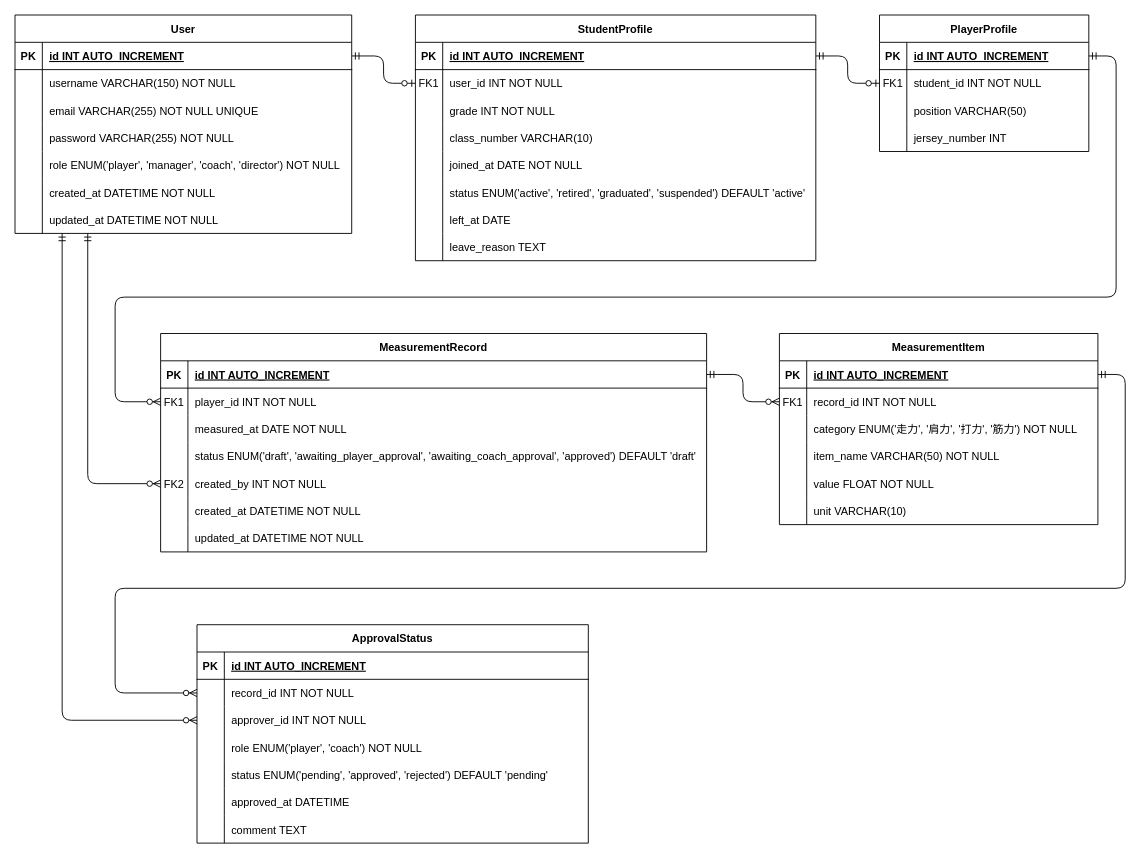
The draw.io diagram documents/ER図/他形式ファイル/ER図_ver.左肩にFK記載.drawio in masami-butchy/Club-talent-manager, before the edit. Source tidied: cells renumbered, new cells numbered last; positions are measured from the earlier drawing's top-left corner, leaving out a move shared by most shapes. Both pictures are drawn from the tidied source at 91%, with x=0, y=0 at pixel (15, 15).
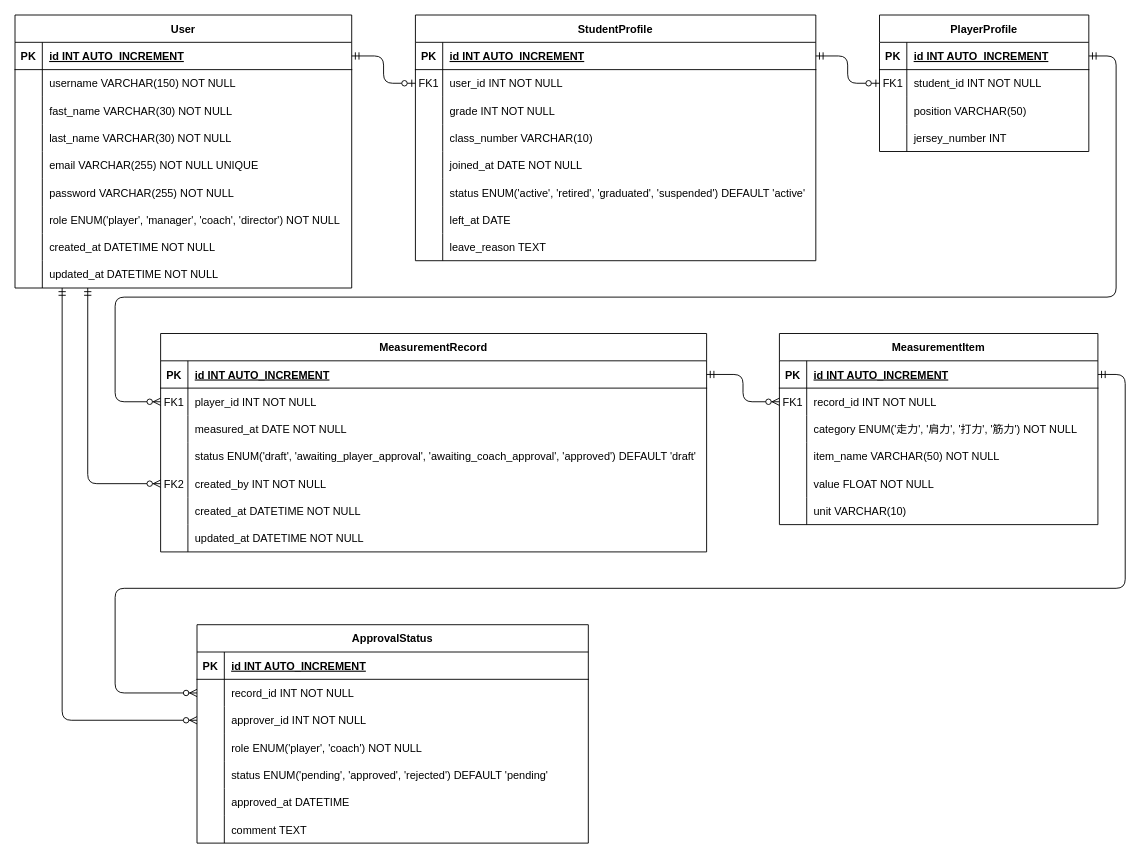
The same diagram, later.

Commit message (it also covers changes not shown here):
CustomUserModelの氏名追加に合わせてER図を変更

What changed in the source:
```diff
@@
-    <mxCell id="2" value="User" style="shape=table;startSize=30;childLayout=tableLayout;rowLines=0;fontStyle=1;align=center;" parent="1" vertex="1">
-      <mxGeometry width="370" height="240" as="geometry" />
+    <mxCell id="2" value="User" style="shape=table;startSize=30;childLayout=tableLayout;rowLines=0;fontStyle=1;align=center;arcSize=15;swimlaneLine=1;rounded=0;shadow=0;columnLines=1;resizeLastRow=0;fillOpacity=100;noLabel=0;absoluteArcSize=0;" parent="1" vertex="1">
+      <mxGeometry width="370" height="300" as="geometry" />
     </mxCell>
-    <mxCell id="3" style="shape=tableRow;horizontal=0;startSize=0;swimlaneHead=0;swimlaneBody=0;fillColor=none;points=[[0,0.5],[1,0.5]];portConstraint=eastwest;strokeColor=inherit;top=0;left=0;right=0;bottom=1;" parent="2" vertex="1">
+    <mxCell id="3" style="shape=tableRow;horizontal=0;startSize=0;swimlaneHead=0;swimlaneBody=0;fillColor=none;points=[[0,0.5],[1,0.5]];portConstraint=eastwest;strokeColor=inherit;top=0;left=0;right=0;bottom=1;swimlaneLine=1;" parent="2" vertex="1">
       <mxGeometry y="30" width="370" height="30" as="geometry" />
     </mxCell>
-    <mxCell id="4" value="PK" style="shape=partialRectangle;overflow=hidden;fillColor=none;strokeColor=inherit;top=0;left=0;bottom=0;right=0;fontStyle=1;" parent="3" vertex="1">
+    <mxCell id="4" value="PK" style="shape=partialRectangle;overflow=hidden;fillColor=none;strokeColor=inherit;top=0;left=0;bottom=0;right=0;fontStyle=1;swimlaneLine=1;" parent="3" vertex="1">
       <mxGeometry width="30" height="30" as="geometry" />
     </mxCell>
-    <mxCell id="5" value="id INT  AUTO_INCREMENT" style="shape=partialRectangle;overflow=hidden;fillColor=none;align=left;strokeColor=inherit;top=0;left=0;bottom=0;right=0;spacingLeft=6;fontStyle=5;" parent="3" vertex="1">
+    <mxCell id="5" value="id INT  AUTO_INCREMENT" style="shape=partialRectangle;overflow=hidden;fillColor=none;align=left;strokeColor=inherit;top=0;left=0;bottom=0;right=0;spacingLeft=6;fontStyle=5;swimlaneLine=1;" parent="3" vertex="1">
       <mxGeometry x="30" width="340" height="30" as="geometry" />
     </mxCell>
-    <mxCell id="6" style="shape=tableRow;horizontal=0;startSize=0;swimlaneHead=0;swimlaneBody=0;fillColor=none;strokeColor=inherit;top=0;left=0;right=0;bottom=0;" parent="2" vertex="1">
+    <mxCell id="6" style="shape=tableRow;horizontal=0;startSize=0;swimlaneHead=0;swimlaneBody=0;fillColor=none;strokeColor=inherit;top=0;left=0;right=0;bottom=0;swimlaneLine=1;" parent="2" vertex="1">
       <mxGeometry y="60" width="370" height="30" as="geometry" />
     </mxCell>
-    <mxCell id="7" style="shape=partialRectangle;overflow=hidden;fillColor=none;strokeColor=inherit;top=0;left=0;bottom=0;right=0;" parent="6" vertex="1">
+    <mxCell id="7" style="shape=partialRectangle;overflow=hidden;fillColor=none;strokeColor=inherit;top=0;left=0;bottom=0;right=0;swimlaneLine=1;" parent="6" vertex="1">
       <mxGeometry width="30" height="30" as="geometry" />
     </mxCell>
-    <mxCell id="8" value="username VARCHAR(150) NOT NULL" style="shape=partialRectangle;overflow=hidden;fillColor=none;align=left;strokeColor=inherit;top=0;left=0;bottom=0;right=0;spacingLeft=6;" parent="6" vertex="1">
+    <mxCell id="8" value="username VARCHAR(150) NOT NULL" style="shape=partialRectangle;overflow=hidden;fillColor=none;align=left;strokeColor=inherit;top=0;left=0;bottom=0;right=0;spacingLeft=6;swimlaneLine=1;" parent="6" vertex="1">
       <mxGeometry x="30" width="340" height="30" as="geometry" />
     </mxCell>
+    <mxCell id="132" style="shape=tableRow;horizontal=0;startSize=0;swimlaneHead=0;swimlaneBody=0;fillColor=none;strokeColor=inherit;top=0;left=0;right=0;bottom=0;swimlaneLine=1;" parent="2" vertex="1">
+      <mxGeometry y="90" width="370" height="30" as="geometry" />
+    </mxCell>
+    <mxCell id="133" style="shape=partialRectangle;overflow=hidden;fillColor=none;strokeColor=inherit;top=0;left=0;bottom=0;right=0;swimlaneLine=1;" parent="132" vertex="1">
+      <mxGeometry width="30" height="30" as="geometry" />
+    </mxCell>
+    <mxCell id="134" value="fast_name VARCHAR(30) NOT NULL" style="shape=partialRectangle;overflow=hidden;fillColor=none;align=left;top=0;left=0;bottom=0;right=0;spacingLeft=6;swimlaneLine=1;miterlimit=4;strokeColor=inherit;" parent="132" vertex="1">
+      <mxGeometry x="30" width="340" height="30" as="geometry" />
+    </mxCell>
+    <mxCell id="135" style="shape=tableRow;horizontal=0;startSize=0;swimlaneHead=0;swimlaneBody=0;fillColor=none;strokeColor=inherit;top=0;left=0;right=0;bottom=0;swimlaneLine=1;" parent="2" vertex="1">
+      <mxGeometry y="120" width="370" height="30" as="geometry" />
+    </mxCell>
+    <mxCell id="136" style="shape=partialRectangle;overflow=hidden;fillColor=none;strokeColor=inherit;top=0;left=0;bottom=0;right=0;swimlaneLine=1;" parent="135" vertex="1">
+      <mxGeometry width="30" height="30" as="geometry" />
+    </mxCell>
+    <mxCell id="137" value="last_name VARCHAR(30) NOT NULL" style="shape=partialRectangle;overflow=hidden;fillColor=none;align=left;top=0;left=0;bottom=0;right=0;spacingLeft=6;swimlaneLine=1;miterlimit=4;strokeColor=inherit;" parent="135" vertex="1">
+      <mxGeometry x="30" width="340" height="30" as="geometry" />
+    </mxCell>
-    <mxCell id="9" style="shape=tableRow;horizontal=0;startSize=0;swimlaneHead=0;swimlaneBody=0;fillColor=none;strokeColor=inherit;top=0;left=0;right=0;bottom=0;" parent="2" vertex="1">
-      <mxGeometry y="90" width="370" height="30" as="geometry" />
+    <mxCell id="9" style="shape=tableRow;horizontal=0;startSize=0;swimlaneHead=0;swimlaneBody=0;fillColor=none;strokeColor=inherit;top=0;left=0;right=0;bottom=0;swimlaneLine=1;" parent="2" vertex="1">
+      <mxGeometry y="150" width="370" height="30" as="geometry" />
     </mxCell>
-    <mxCell id="10" style="shape=partialRectangle;overflow=hidden;fillColor=none;strokeColor=inherit;top=0;left=0;bottom=0;right=0;" parent="9" vertex="1">
+    <mxCell id="10" style="shape=partialRectangle;overflow=hidden;fillColor=none;strokeColor=inherit;top=0;left=0;bottom=0;right=0;swimlaneLine=1;" parent="9" vertex="1">
       <mxGeometry width="30" height="30" as="geometry" />
     </mxCell>
-    <mxCell id="11" value="email VARCHAR(255) NOT NULL UNIQUE" style="shape=partialRectangle;overflow=hidden;fillColor=none;align=left;strokeColor=inherit;top=0;left=0;bottom=0;right=0;spacingLeft=6;" parent="9" vertex="1">
+    <mxCell id="11" value="email VARCHAR(255) NOT NULL UNIQUE" style="shape=partialRectangle;overflow=hidden;fillColor=none;align=left;strokeColor=inherit;top=0;left=0;bottom=0;right=0;spacingLeft=6;swimlaneLine=1;" parent="9" vertex="1">
       <mxGeometry x="30" width="340" height="30" as="geometry" />
     </mxCell>
-    <mxCell id="12" style="shape=tableRow;horizontal=0;startSize=0;swimlaneHead=0;swimlaneBody=0;fillColor=none;strokeColor=inherit;top=0;left=0;right=0;bottom=0;" parent="2" vertex="1">
-      <mxGeometry y="120" width="370" height="30" as="geometry" />
+    <mxCell id="12" style="shape=tableRow;horizontal=0;startSize=0;swimlaneHead=0;swimlaneBody=0;fillColor=none;strokeColor=inherit;top=0;left=0;right=0;bottom=0;swimlaneLine=1;" parent="2" vertex="1">
+      <mxGeometry y="180" width="370" height="30" as="geometry" />
     </mxCell>
-    <mxCell id="13" style="shape=partialRectangle;overflow=hidden;fillColor=none;strokeColor=inherit;top=0;left=0;bottom=0;right=0;" parent="12" vertex="1">
+    <mxCell id="13" style="shape=partialRectangle;overflow=hidden;fillColor=none;strokeColor=inherit;top=0;left=0;bottom=0;right=0;swimlaneLine=1;" parent="12" vertex="1">
       <mxGeometry width="30" height="30" as="geometry" />
     </mxCell>
-    <mxCell id="14" value="password VARCHAR(255) NOT NULL" style="shape=partialRectangle;overflow=hidden;fillColor=none;align=left;strokeColor=inherit;top=0;left=0;bottom=0;right=0;spacingLeft=6;" parent="12" vertex="1">
+    <mxCell id="14" value="password VARCHAR(255) NOT NULL" style="shape=partialRectangle;overflow=hidden;fillColor=none;align=left;strokeColor=inherit;top=0;left=0;bottom=0;right=0;spacingLeft=6;swimlaneLine=1;" parent="12" vertex="1">
       <mxGeometry x="30" width="340" height="30" as="geometry" />
     </mxCell>
-    <mxCell id="15" style="shape=tableRow;horizontal=0;startSize=0;swimlaneHead=0;swimlaneBody=0;fillColor=none;strokeColor=inherit;top=0;left=0;right=0;bottom=0;" parent="2" vertex="1">
-      <mxGeometry y="150" width="370" height="30" as="geometry" />
+    <mxCell id="15" style="shape=tableRow;horizontal=0;startSize=0;swimlaneHead=0;swimlaneBody=0;fillColor=none;strokeColor=inherit;top=0;left=0;right=0;bottom=0;swimlaneLine=1;" parent="2" vertex="1">
+      <mxGeometry y="210" width="370" height="30" as="geometry" />
     </mxCell>
-    <mxCell id="16" style="shape=partialRectangle;overflow=hidden;fillColor=none;strokeColor=inherit;top=0;left=0;bottom=0;right=0;" parent="15" vertex="1">
+    <mxCell id="16" style="shape=partialRectangle;overflow=hidden;fillColor=none;strokeColor=inherit;top=0;left=0;bottom=0;right=0;swimlaneLine=1;" parent="15" vertex="1">
       <mxGeometry width="30" height="30" as="geometry" />
     </mxCell>
-    <mxCell id="17" value="role ENUM('player', 'manager', 'coach', 'director') NOT NULL" style="shape=partialRectangle;overflow=hidden;fillColor=none;align=left;strokeColor=inherit;top=0;left=0;bottom=0;right=0;spacingLeft=6;" parent="15" vertex="1">
+    <mxCell id="17" value="role ENUM('player', 'manager', 'coach', 'director') NOT NULL" style="shape=partialRectangle;overflow=hidden;fillColor=none;align=left;strokeColor=inherit;top=0;left=0;bottom=0;right=0;spacingLeft=6;swimlaneLine=1;" parent="15" vertex="1">
       <mxGeometry x="30" width="340" height="30" as="geometry" />
     </mxCell>
-    <mxCell id="18" style="shape=tableRow;horizontal=0;startSize=0;swimlaneHead=0;swimlaneBody=0;fillColor=none;strokeColor=inherit;top=0;left=0;right=0;bottom=0;" parent="2" vertex="1">
-      <mxGeometry y="180" width="370" height="30" as="geometry" />
+    <mxCell id="18" style="shape=tableRow;horizontal=0;startSize=0;swimlaneHead=0;swimlaneBody=0;fillColor=none;strokeColor=inherit;top=0;left=0;right=0;bottom=0;swimlaneLine=1;" parent="2" vertex="1">
+      <mxGeometry y="240" width="370" height="30" as="geometry" />
     </mxCell>
-    <mxCell id="19" style="shape=partialRectangle;overflow=hidden;fillColor=none;strokeColor=inherit;top=0;left=0;bottom=0;right=0;" parent="18" vertex="1">
+    <mxCell id="19" style="shape=partialRectangle;overflow=hidden;fillColor=none;strokeColor=inherit;top=0;left=0;bottom=0;right=0;swimlaneLine=1;" parent="18" vertex="1">
       <mxGeometry width="30" height="30" as="geometry" />
     </mxCell>
-    <mxCell id="20" value="created_at DATETIME NOT NULL" style="shape=partialRectangle;overflow=hidden;fillColor=none;align=left;strokeColor=inherit;top=0;left=0;bottom=0;right=0;spacingLeft=6;" parent="18" vertex="1">
+    <mxCell id="20" value="created_at DATETIME NOT NULL" style="shape=partialRectangle;overflow=hidden;fillColor=none;align=left;strokeColor=inherit;top=0;left=0;bottom=0;right=0;spacingLeft=6;swimlaneLine=1;" parent="18" vertex="1">
       <mxGeometry x="30" width="340" height="30" as="geometry" />
     </mxCell>
-    <mxCell id="21" style="shape=tableRow;horizontal=0;startSize=0;swimlaneHead=0;swimlaneBody=0;fillColor=none;points=[[0,0.5],[1,0.5]];portConstraint=eastwest;strokeColor=inherit;top=0;left=0;right=0;bottom=0;" parent="2" vertex="1">
-      <mxGeometry y="210" width="370" height="30" as="geometry" />
+    <mxCell id="21" style="shape=tableRow;horizontal=0;startSize=0;swimlaneHead=0;swimlaneBody=0;fillColor=none;points=[[0,0.5],[1,0.5]];portConstraint=eastwest;strokeColor=inherit;top=0;left=0;right=0;bottom=0;swimlaneLine=1;" parent="2" vertex="1">
+      <mxGeometry y="270" width="370" height="30" as="geometry" />
     </mxCell>
-    <mxCell id="22" style="shape=partialRectangle;overflow=hidden;fillColor=none;strokeColor=inherit;top=0;left=0;bottom=0;right=0;" parent="21" vertex="1">
+    <mxCell id="22" style="shape=partialRectangle;overflow=hidden;fillColor=none;strokeColor=inherit;top=0;left=0;bottom=0;right=0;swimlaneLine=1;" parent="21" vertex="1">
       <mxGeometry width="30" height="30" as="geometry" />
     </mxCell>
-    <mxCell id="23" value="updated_at DATETIME NOT NULL" style="shape=partialRectangle;overflow=hidden;fillColor=none;align=left;strokeColor=inherit;top=0;left=0;bottom=0;right=0;spacingLeft=6;" parent="21" vertex="1">
+    <mxCell id="23" value="updated_at DATETIME NOT NULL" style="shape=partialRectangle;overflow=hidden;fillColor=none;align=left;top=0;left=0;bottom=0;right=0;spacingLeft=6;swimlaneLine=1;miterlimit=4;strokeColor=inherit;" parent="21" vertex="1">
       <mxGeometry x="30" width="340" height="30" as="geometry" />
     </mxCell>
@@
+    <mxCell id="138" style="shape=tableRow;horizontal=0;startSize=0;swimlaneHead=0;swimlaneBody=0;fillColor=none;strokeColor=inherit;top=0;left=0;right=0;bottom=0;" parent="1" vertex="1">
+      <mxGeometry y="270" width="370" height="30" as="geometry" />
+    </mxCell>
+    <mxCell id="139" style="shape=partialRectangle;overflow=hidden;fillColor=none;strokeColor=inherit;top=0;left=0;bottom=0;right=0;" parent="138" vertex="1">
+      <mxGeometry width="30" height="30" as="geometry" />
+    </mxCell>
```
